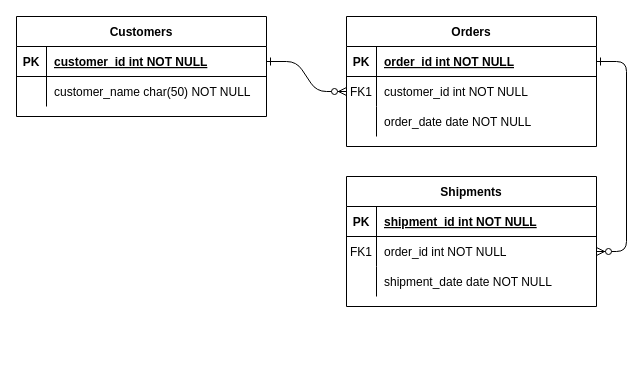
Earlier version of the draw.io diagram Biểu đồ không có tiêu đề.drawio (nhatquangpx/Gym-Management-System). Source tidied: cells renumbered, new cells numbered last; positions are measured from the earlier drawing's top-left corner, leaving out a move shared by most shapes. Both pictures are drawn from the tidied source at 100%, with x=0, y=0 at pixel (16, 16).
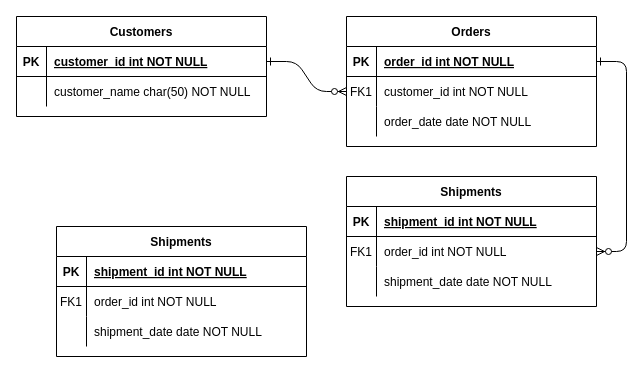
Above is the later version.

Change to the diagram source:
```diff
@@
+    <mxCell id="31" value="Shipments" style="shape=table;startSize=30;childLayout=tableLayout;rowLines=0;fontStyle=1;align=center;" parent="1" vertex="1">
+      <mxGeometry x="40" y="210" width="250" height="130" as="geometry" />
+    </mxCell>
+    <mxCell id="32" style="shape=partialRectangle;fillColor=none;top=0;left=0;right=0;bottom=1;" parent="31" vertex="1">
+      <mxGeometry y="30" width="250" height="30" as="geometry" />
+    </mxCell>
+    <mxCell id="33" value="PK" style="shape=partialRectangle;overflow=hidden;fillColor=none;top=0;left=0;bottom=0;right=0;fontStyle=1;" parent="32" vertex="1">
+      <mxGeometry width="30" height="30" as="geometry" />
+    </mxCell>
+    <mxCell id="34" value="shipment_id int NOT NULL " style="shape=partialRectangle;overflow=hidden;fillColor=none;top=0;left=0;bottom=0;right=0;align=left;spacingLeft=6;fontStyle=5;" parent="32" vertex="1">
+      <mxGeometry x="30" width="220" height="30" as="geometry" />
+    </mxCell>
+    <mxCell id="35" style="shape=partialRectangle;fillColor=none;top=0;left=0;right=0;bottom=0;" parent="31" vertex="1">
+      <mxGeometry y="60" width="250" height="30" as="geometry" />
+    </mxCell>
+    <mxCell id="36" value="FK1" style="shape=partialRectangle;overflow=hidden;fillColor=none;top=0;left=0;bottom=0;right=0;" parent="35" vertex="1">
+      <mxGeometry width="30" height="30" as="geometry" />
+    </mxCell>
+    <mxCell id="37" value="order_id int NOT NULL" style="shape=partialRectangle;overflow=hidden;fillColor=none;top=0;left=0;bottom=0;right=0;align=left;spacingLeft=6;" parent="35" vertex="1">
+      <mxGeometry x="30" width="220" height="30" as="geometry" />
+    </mxCell>
+    <mxCell id="38" style="shape=partialRectangle;fillColor=none;top=0;left=0;right=0;bottom=0;" parent="31" vertex="1">
+      <mxGeometry y="90" width="250" height="30" as="geometry" />
+    </mxCell>
+    <mxCell id="39" style="shape=partialRectangle;overflow=hidden;fillColor=none;top=0;left=0;bottom=0;right=0;" parent="38" vertex="1">
+      <mxGeometry width="30" height="30" as="geometry" />
+    </mxCell>
+    <mxCell id="40" value="shipment_date date NOT NULL" style="shape=partialRectangle;overflow=hidden;fillColor=none;top=0;left=0;bottom=0;right=0;align=left;spacingLeft=6;" parent="38" vertex="1">
+      <mxGeometry x="30" width="220" height="30" as="geometry" />
+    </mxCell>
```
